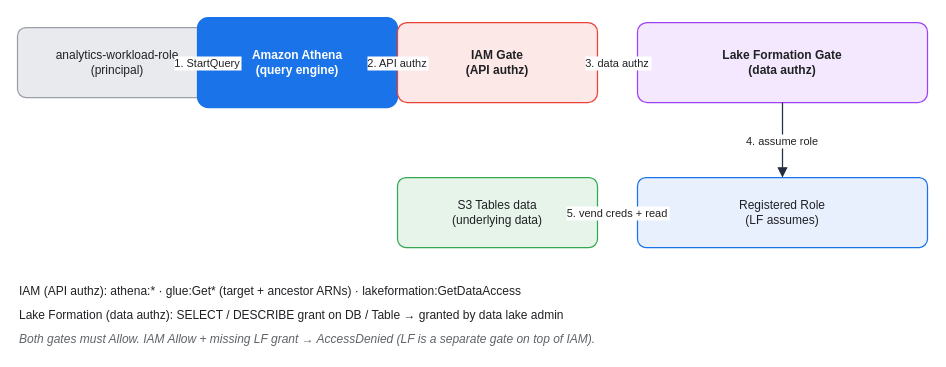
The draw.io diagram assets/img/aws/analytics-stack-07-lake-formation.drawio in KKamJi98/kkamji98.github.io, before the edit. Source tidied: cells renumbered, new cells numbered last; positions are measured from the earlier drawing's top-left corner, leaving out a move shared by most shapes. Both pictures are drawn from the tidied source at 100%, with x=0, y=0 at pixel (17, 17).
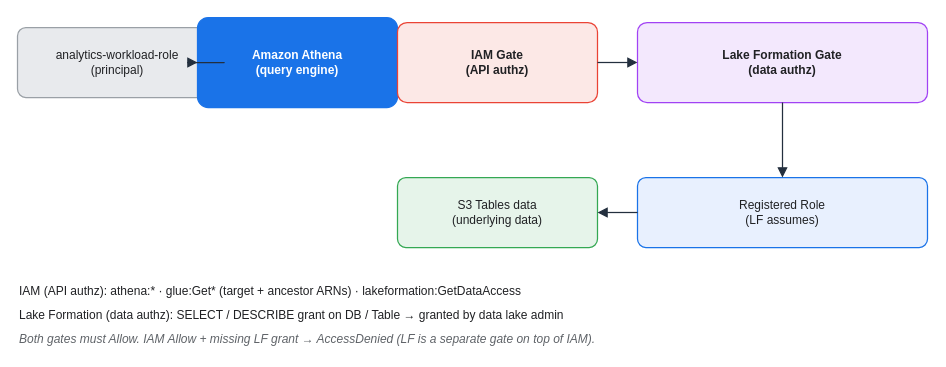
The same diagram, later.

The edit, as a diff of the source:
```diff
@@
 <mxGraphModel background="#FFFFFF">
   <root>
     <mxCell id="0" />
     <mxCell id="1" parent="0" />
     <mxCell id="2" value="analytics-workload-role&#10;(principal)" style="rounded=1;whiteSpace=wrap;html=0;arcSize=12;shadow=0;fillColor=#E8EAED;strokeColor=#9AA0A6;fontColor=#202124;strokeWidth=1.25;" parent="1" vertex="1">
       <mxGeometry y="10" width="200" height="70" as="geometry" />
     </mxCell>
     <mxCell id="3" value="Amazon Athena&#10;(query engine)" style="rounded=1;whiteSpace=wrap;html=0;arcSize=12;shadow=0;fillColor=#1A73E8;strokeColor=#1A73E8;fontColor=#FFFFFF;fontStyle=1;strokeWidth=1.25;" parent="1" vertex="1">
       <mxGeometry x="180" width="200" height="90" as="geometry" />
     </mxCell>
     <mxCell id="4" value="IAM Gate&#10;(API authz)" style="rounded=1;whiteSpace=wrap;html=0;arcSize=12;shadow=0;fillColor=#FCE8E6;strokeColor=#EA4335;fontColor=#202124;fontStyle=1;strokeWidth=1.25;" parent="1" vertex="1">
       <mxGeometry x="380" y="5" width="200" height="80" as="geometry" />
     </mxCell>
     <mxCell id="5" value="Lake Formation Gate&#10;(data authz)" style="rounded=1;whiteSpace=wrap;html=0;arcSize=12;shadow=0;fillColor=#F3E8FD;strokeColor=#A142F4;fontColor=#202124;fontStyle=1;strokeWidth=1.25;" parent="1" vertex="1">
       <mxGeometry x="620" y="5" width="290" height="80" as="geometry" />
     </mxCell>
     <mxCell id="6" value="Registered Role&#10;(LF assumes)" style="rounded=1;whiteSpace=wrap;html=0;arcSize=12;shadow=0;fillColor=#E8F0FE;strokeColor=#1A73E8;fontColor=#202124;strokeWidth=1.25;" parent="1" vertex="1">
       <mxGeometry x="620" y="160" width="290" height="70" as="geometry" />
     </mxCell>
     <mxCell id="7" value="S3 Tables data&#10;(underlying data)" style="rounded=1;whiteSpace=wrap;html=0;arcSize=12;shadow=0;fillColor=#E6F4EA;strokeColor=#34A853;fontColor=#202124;strokeWidth=1.25;" parent="1" vertex="1">
       <mxGeometry x="380" y="160" width="200" height="70" as="geometry" />
     </mxCell>
-    <mxCell id="8" value="1. StartQuery" style="edgeStyle=orthogonalEdgeStyle;rounded=1;html=0;fontColor=#202124;strokeColor=#232F3E;labelBackgroundColor=#FFFFFF;endArrow=block;exitX=1;exitY=0.5;exitDx=0;exitDy=0;entryX=0;entryY=0.5;entryDx=0;entryDy=0;strokeWidth=1.25;endSize=7;" parent="1" edge="1" source="2" target="3">
+    <mxCell id="8" style="edgeStyle=orthogonalEdgeStyle;rounded=1;html=0;fontColor=#202124;strokeColor=#232F3E;labelBackgroundColor=none;endArrow=block;exitX=1;exitY=0.5;exitDx=0;exitDy=0;entryX=0;entryY=0.5;entryDx=0;entryDy=0;strokeWidth=1.25;endSize=7;" parent="1" edge="1" source="2" target="3">
       <mxGeometry relative="1" as="geometry" />
     </mxCell>
-    <mxCell id="9" value="2. API authz" style="edgeStyle=orthogonalEdgeStyle;rounded=1;html=0;fontColor=#202124;strokeColor=#232F3E;labelBackgroundColor=#FFFFFF;endArrow=block;exitX=1;exitY=0.5;exitDx=0;exitDy=0;entryX=0;entryY=0.5;entryDx=0;entryDy=0;strokeWidth=1.25;endSize=7;" parent="1" edge="1" source="3" target="4">
+    <mxCell id="9" style="edgeStyle=orthogonalEdgeStyle;rounded=1;html=0;fontColor=#202124;strokeColor=#232F3E;labelBackgroundColor=none;endArrow=block;exitX=1;exitY=0.5;exitDx=0;exitDy=0;entryX=0;entryY=0.5;entryDx=0;entryDy=0;strokeWidth=1.25;endSize=7;" parent="1" edge="1" source="3" target="4">
       <mxGeometry relative="1" as="geometry" />
     </mxCell>
-    <mxCell id="10" value="3. data authz" style="edgeStyle=orthogonalEdgeStyle;rounded=1;html=0;fontColor=#202124;strokeColor=#232F3E;labelBackgroundColor=#FFFFFF;endArrow=block;exitX=1;exitY=0.5;exitDx=0;exitDy=0;entryX=0;entryY=0.5;entryDx=0;entryDy=0;strokeWidth=1.25;endSize=7;" parent="1" edge="1" source="4" target="5">
+    <mxCell id="10" style="edgeStyle=orthogonalEdgeStyle;rounded=1;html=0;fontColor=#202124;strokeColor=#232F3E;labelBackgroundColor=none;endArrow=block;exitX=1;exitY=0.5;exitDx=0;exitDy=0;entryX=0;entryY=0.5;entryDx=0;entryDy=0;strokeWidth=1.25;endSize=7;" parent="1" edge="1" source="4" target="5">
       <mxGeometry relative="1" as="geometry" />
     </mxCell>
-    <mxCell id="11" value="4. assume role" style="edgeStyle=orthogonalEdgeStyle;rounded=1;html=0;fontColor=#202124;strokeColor=#232F3E;labelBackgroundColor=#FFFFFF;endArrow=block;exitX=0.5;exitY=1;exitDx=0;exitDy=0;entryX=0.5;entryY=0;entryDx=0;entryDy=0;strokeWidth=1.25;endSize=7;" parent="1" edge="1" source="5" target="6">
+    <mxCell id="11" style="edgeStyle=orthogonalEdgeStyle;rounded=1;html=0;fontColor=#202124;strokeColor=#232F3E;labelBackgroundColor=none;endArrow=block;exitX=0.5;exitY=1;exitDx=0;exitDy=0;entryX=0.5;entryY=0;entryDx=0;entryDy=0;strokeWidth=1.25;endSize=7;" parent="1" edge="1" source="5" target="6">
       <mxGeometry relative="1" as="geometry" />
     </mxCell>
-    <mxCell id="12" value="5. vend creds + read" style="edgeStyle=orthogonalEdgeStyle;rounded=1;html=0;fontColor=#202124;strokeColor=#232F3E;labelBackgroundColor=#FFFFFF;endArrow=block;exitX=0;exitY=0.5;exitDx=0;exitDy=0;entryX=1;entryY=0.5;entryDx=0;entryDy=0;strokeWidth=1.25;endSize=7;" parent="1" edge="1" source="6" target="7">
+    <mxCell id="12" style="edgeStyle=orthogonalEdgeStyle;rounded=1;html=0;fontColor=#202124;strokeColor=#232F3E;labelBackgroundColor=none;endArrow=block;exitX=0;exitY=0.5;exitDx=0;exitDy=0;entryX=1;entryY=0.5;entryDx=0;entryDy=0;strokeWidth=1.25;endSize=7;" parent="1" edge="1" source="6" target="7">
       <mxGeometry relative="1" as="geometry" />
     </mxCell>
     <mxCell id="13" value="IAM (API authz):  athena:*  ·  glue:Get* (target + ancestor ARNs)  ·  lakeformation:GetDataAccess" style="text;html=0;align=left;verticalAlign=middle;fontColor=#202124;" parent="1" vertex="1">
       <mxGeometry y="262" width="910" height="22" as="geometry" />
     </mxCell>
     <mxCell id="14" value="Lake Formation (data authz):  SELECT / DESCRIBE grant on DB / Table  →  granted by data lake admin" style="text;html=0;align=left;verticalAlign=middle;fontColor=#202124;" parent="1" vertex="1">
       <mxGeometry y="286" width="910" height="22" as="geometry" />
     </mxCell>
     <mxCell id="15" value="Both gates must Allow.  IAM Allow + missing LF grant  →  AccessDenied (LF is a separate gate on top of IAM)." style="text;html=0;align=left;verticalAlign=middle;fontColor=#5F6368;fontStyle=2;" parent="1" vertex="1">
       <mxGeometry y="310" width="910" height="22" as="geometry" />
     </mxCell>
   </root>
 </mxGraphModel>
```
